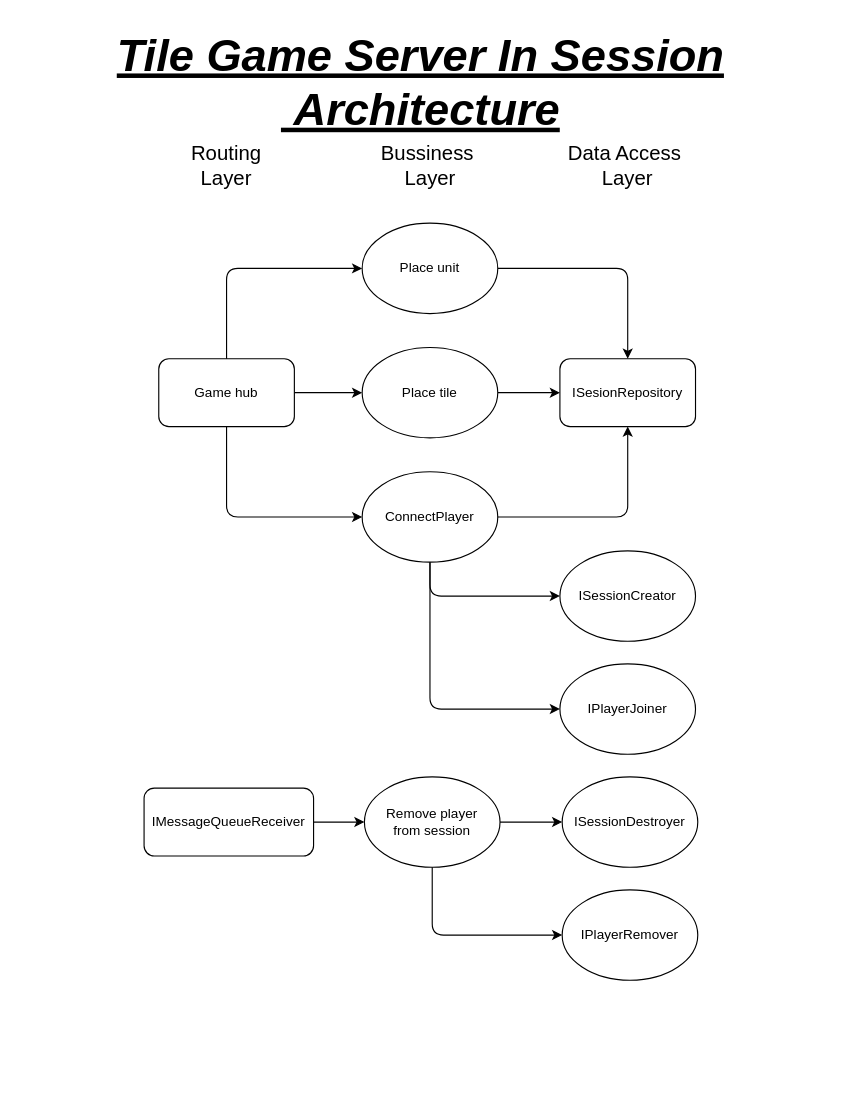
The draw.io diagram Diagrams/TileGameServerInSession.drawio in the-coolest-developers/TileGame-Core, before the edit. Source tidied: cells renumbered, new cells numbered last; positions are measured from the earlier drawing's top-left corner, leaving out a move shared by most shapes. Both pictures are drawn from the tidied source at 113%, with x=0, y=0 at pixel (19, 19).
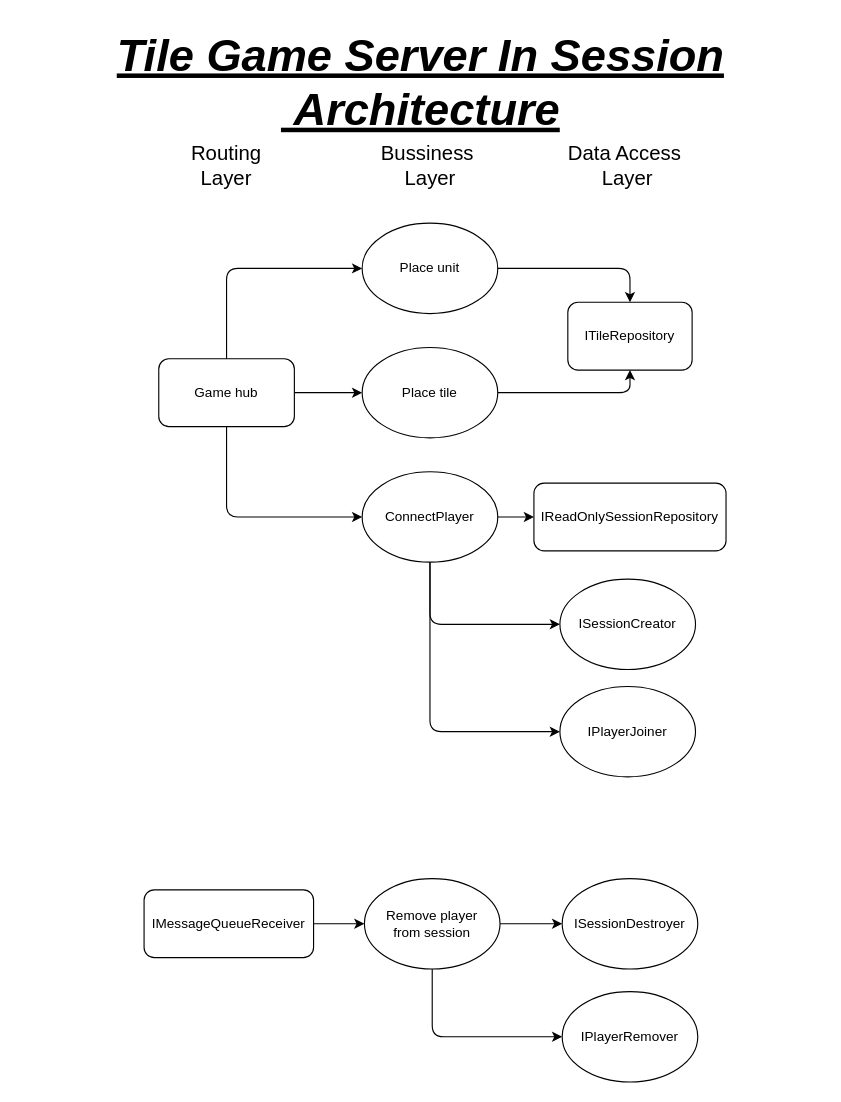
After the change.

Commit message:
[TGS-55] Added IRedOnlySessionRepository

The change refers to these unchanged cells:
```xml
<mxCell id="8" value="Place unit" style="ellipse;whiteSpace=wrap;html=1;fontSize=12;align=center;verticalAlign=middle;" parent="1" vertex="1">
  <mxGeometry x="303" y="180" width="120" height="80" as="geometry" />
</mxCell>
<mxCell id="10" value="Place tile" style="ellipse;whiteSpace=wrap;html=1;fontSize=12;align=center;verticalAlign=middle;" parent="1" vertex="1">
  <mxGeometry x="303" y="290" width="120" height="80" as="geometry" />
</mxCell>
<mxCell id="19" value="ConnectPlayer" style="ellipse;whiteSpace=wrap;html=1;fontSize=12;align=center;verticalAlign=middle;" parent="1" vertex="1">
  <mxGeometry x="303" y="400" width="120" height="80" as="geometry" />
</mxCell>
```

Change to the diagram source:
```diff
@@
-    <mxCell id="2" value="ISesionRepository" style="rounded=1;whiteSpace=wrap;html=1;" parent="1" vertex="1">
-      <mxGeometry x="478" y="300" width="120" height="60" as="geometry" />
-    </mxCell>
@@
-    <mxCell id="7" style="endArrow=classic;html=1;shadow=0;fontSize=12;align=center;exitX=1;exitY=0.5;exitDx=0;exitDy=0;entryX=0.5;entryY=0;entryDx=0;entryDy=0;" parent="1" edge="1" source="8" target="2">
-      <mxGeometry relative="1" as="geometry">
-        <Array as="points">
-          <mxPoint x="538" y="220" />
-        </Array>
-      </mxGeometry>
-    </mxCell>
@@
-    <mxCell id="9" style="edgeStyle=orthogonalEdgeStyle;rounded=0;jettySize=auto;html=1;" parent="1" edge="1" source="10" target="2">
-      <mxGeometry relative="1" as="geometry" />
-    </mxCell>
@@
     <mxCell id="15" value="IMessageQueueReceiver" style="rounded=1;whiteSpace=wrap;html=1;" parent="1" vertex="1">
-      <mxGeometry x="110" y="680" width="150" height="60" as="geometry" />
+      <mxGeometry x="110" y="770" width="150" height="60" as="geometry" />
     </mxCell>
@@
     <mxCell id="17" value="Remove player &lt;br&gt;from session" style="ellipse;whiteSpace=wrap;html=1;fontSize=12;align=center;verticalAlign=middle;" parent="1" vertex="1">
-      <mxGeometry x="305" y="670" width="120" height="80" as="geometry" />
+      <mxGeometry x="305" y="760" width="120" height="80" as="geometry" />
     </mxCell>
     <mxCell id="18" value="ISessionDestroyer" style="ellipse;whiteSpace=wrap;html=1;fontSize=12;align=center;verticalAlign=middle;" parent="1" vertex="1">
-      <mxGeometry x="480" y="670" width="120" height="80" as="geometry" />
+      <mxGeometry x="480" y="760" width="120" height="80" as="geometry" />
     </mxCell>
+    <mxCell id="28" style="edgeStyle=orthogonalEdgeStyle;rounded=0;jettySize=auto;html=1;" parent="1" edge="1" source="19" target="29">
+      <mxGeometry relative="1" as="geometry" />
+    </mxCell>
@@
-    <mxCell id="21" style="endArrow=classic;html=1;shadow=0;fontSize=12;align=center;exitX=1;exitY=0.5;exitDx=0;exitDy=0;entryX=0.5;entryY=1;entryDx=0;entryDy=0;" parent="1" edge="1" source="19" target="2">
-      <mxGeometry relative="1" as="geometry">
-        <Array as="points">
-          <mxPoint x="538" y="440" />
-        </Array>
-      </mxGeometry>
-    </mxCell>
@@
     <mxCell id="23" value="ISessionCreator" style="ellipse;whiteSpace=wrap;html=1;fontSize=12;align=center;verticalAlign=middle;" parent="1" vertex="1">
-      <mxGeometry x="478" y="470" width="120" height="80" as="geometry" />
+      <mxGeometry x="478" y="495" width="120" height="80" as="geometry" />
     </mxCell>
     <mxCell id="24" style="endArrow=classic;html=1;shadow=0;align=center;edgeStyle=elbowEdgeStyle;exitX=0.5;exitY=1;exitDx=0;exitDy=0;entryX=0;entryY=0.5;entryDx=0;entryDy=0;" parent="1" edge="1" source="17" target="25">
       <mxGeometry relative="1" as="geometry">
         <Array as="points">
-          <mxPoint x="365" y="770" />
-          <mxPoint x="365" y="820" />
-          <mxPoint x="325" y="850" />
-          <mxPoint x="355" y="920" />
+          <mxPoint x="365" y="860" />
+          <mxPoint x="365" y="910" />
+          <mxPoint x="325" y="940" />
+          <mxPoint x="355" y="1010" />
         </Array>
       </mxGeometry>
     </mxCell>
     <mxCell id="25" value="IPlayerRemover" style="ellipse;whiteSpace=wrap;html=1;fontSize=12;align=center;verticalAlign=middle;" parent="1" vertex="1">
-      <mxGeometry x="480" y="770" width="120" height="80" as="geometry" />
+      <mxGeometry x="480" y="860" width="120" height="80" as="geometry" />
     </mxCell>
@@
     <mxCell id="27" value="IPlayerJoiner" style="ellipse;whiteSpace=wrap;html=1;fontSize=12;align=center;verticalAlign=middle;" parent="1" vertex="1">
-      <mxGeometry x="478" y="570" width="120" height="80" as="geometry" />
+      <mxGeometry x="478" y="590" width="120" height="80" as="geometry" />
     </mxCell>
+    <mxCell id="29" value="IReadOnlySessionRepository" style="rounded=1;whiteSpace=wrap;html=1;" parent="1" vertex="1">
+      <mxGeometry x="455" y="410" width="170" height="60" as="geometry" />
+    </mxCell>
+    <mxCell id="30" value="ITileRepository" style="rounded=1;whiteSpace=wrap;html=1;" parent="1" vertex="1">
+      <mxGeometry x="485" y="250" width="110" height="60" as="geometry" />
+    </mxCell>
+    <mxCell id="31" style="endArrow=classic;html=1;shadow=0;align=center;edgeStyle=elbowEdgeStyle;exitX=1;exitY=0.5;exitDx=0;exitDy=0;entryX=0.5;entryY=0;entryDx=0;entryDy=0;" parent="1" edge="1" source="8" target="30">
+      <mxGeometry relative="1" as="geometry">
+        <Array as="points">
+          <mxPoint x="540" y="230" />
+          <mxPoint x="538" y="250" />
+          <mxPoint x="453" y="210" />
+          <mxPoint x="483" y="280" />
+        </Array>
+      </mxGeometry>
+    </mxCell>
+    <mxCell id="32" style="endArrow=classic;html=1;shadow=0;align=center;edgeStyle=elbowEdgeStyle;entryX=0.5;entryY=1;entryDx=0;entryDy=0;exitX=1;exitY=0.5;exitDx=0;exitDy=0;" parent="1" edge="1" source="10" target="30">
+      <mxGeometry relative="1" as="geometry">
+        <Array as="points">
+          <mxPoint x="540" y="310" />
+          <mxPoint x="538" y="320" />
+          <mxPoint x="540.5" y="360" />
+          <mxPoint x="455.5" y="320" />
+          <mxPoint x="485.5" y="390" />
+        </Array>
+      </mxGeometry>
+    </mxCell>
```
